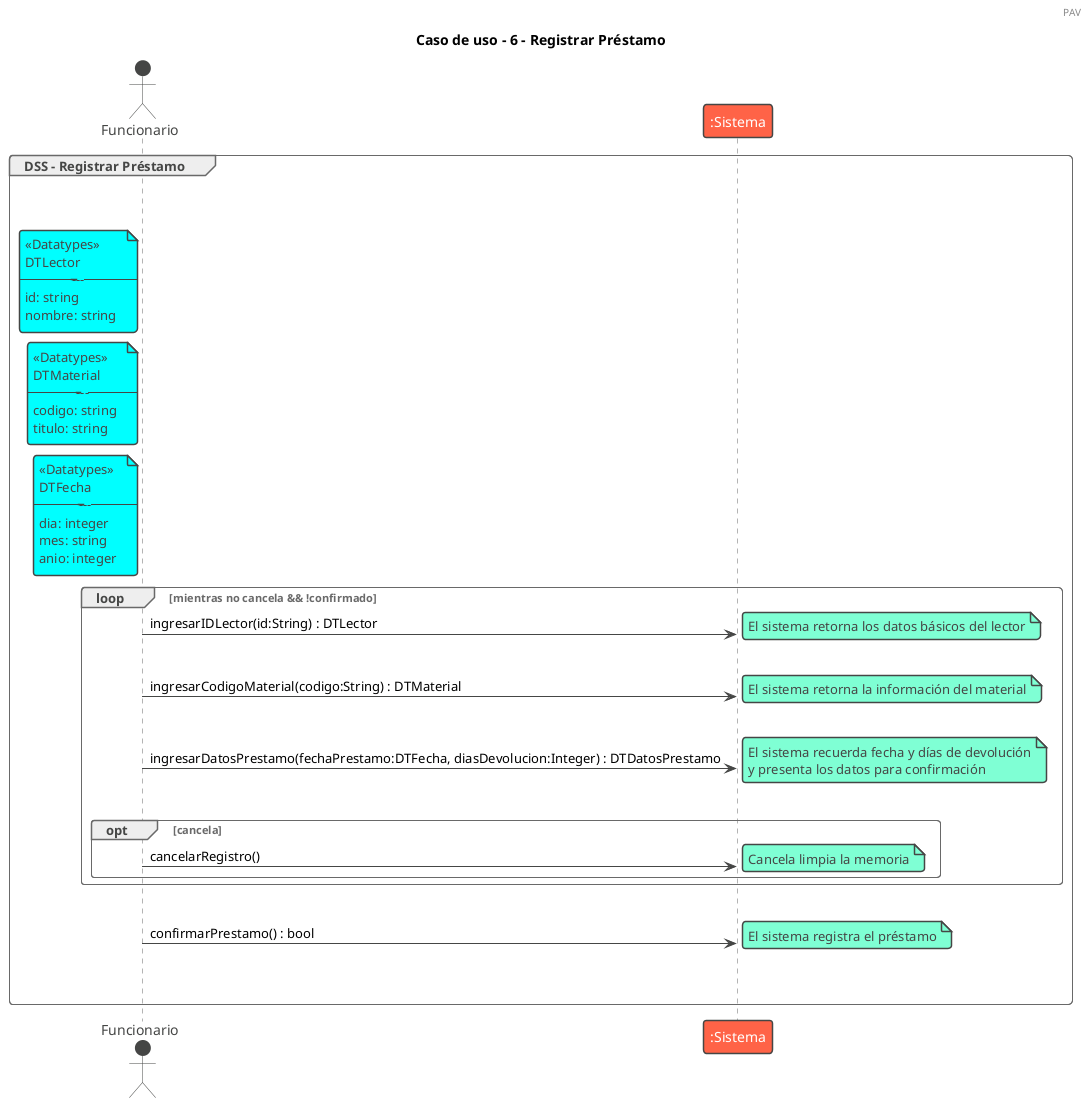
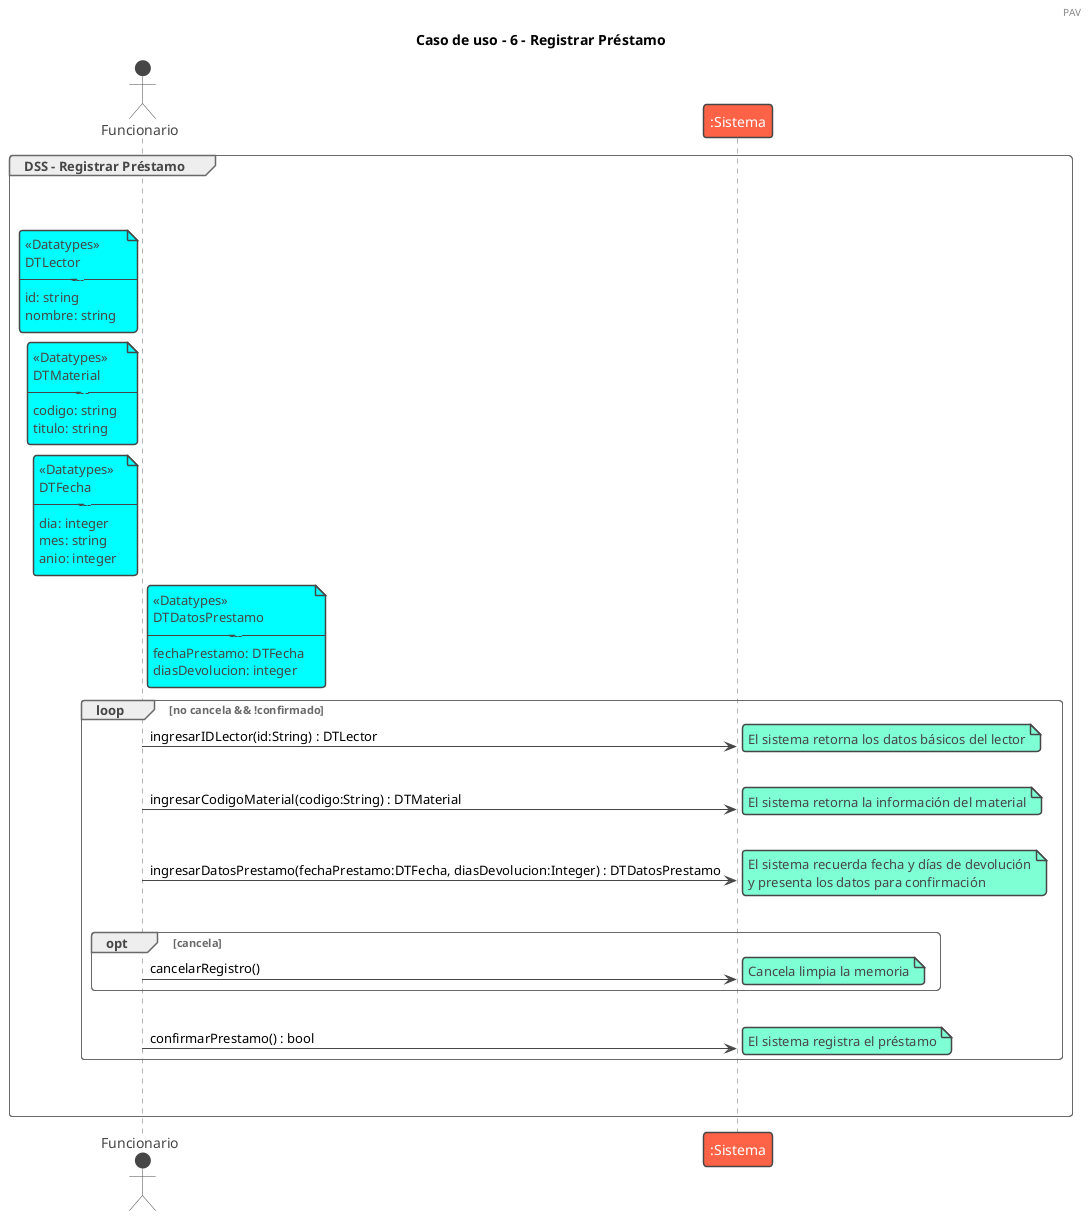
@startuml registrarPrestamo
!theme vibrant
header PAV
- 
+ /' El caso de uso comienza cuando un funcionario, que previamente ha iniciado
+ sesión, desea registrar un préstamo. Para ello, el sistema solicita el identificador
+ del lector y muestra sus datos básicos. A continuación, solicita el código del
+ material y muestra la información correspondiente a dicho material. Luego, el
+ sistema solicita la fecha en la que se realiza el préstamo y la cantidad de días
+ permitidos para la devolución. Una vez ingresados estos datos, el sistema los
+ presenta para confirmación y, si el
+ funcionario confirma, registra el préstamo. '/
title Caso de uso - 6 - Registrar Préstamo

group DSS - Registrar Préstamo
|||
actor Funcionario
|||

note left of Funcionario #aqua
<<Datatypes>>
DTLector
-----------
id: string
nombre: string
end note

note left of Funcionario #aqua
<<Datatypes>>
DTMaterial
-----------
codigo: string
titulo: string
end note

note left of Funcionario #aqua
<<Datatypes>>
DTFecha
-----------
dia: integer
mes: string
anio: integer
end note
+ note right of Funcionario #aqua
+ <<Datatypes>>
+ DTDatosPrestamo
+ -----------
+ fechaPrestamo: DTFecha
+ diasDevolucion: integer
+ end note

- loop mientras no cancela && !confirmado
+ loop no cancela && !confirmado

    Funcionario -> ":Sistema" : ingresarIDLector(id:String) : DTLector
    note right: El sistema retorna los datos básicos del lector

    |||

    Funcionario -> ":Sistema" : ingresarCodigoMaterial(codigo:String) : DTMaterial
    note right: El sistema retorna la información del material

    |||

    Funcionario -> ":Sistema" : ingresarDatosPrestamo(fechaPrestamo:DTFecha, diasDevolucion:Integer) : DTDatosPrestamo
    note right: El sistema recuerda fecha y días de devolución\ny presenta los datos para confirmación

    |||

    opt cancela
        Funcionario -> ":Sistema" : cancelarRegistro()
        note right: Cancela limpia la memoria
    end
- 
+ |||
+ Funcionario -> ":Sistema" : confirmarPrestamo() : bool
+ note right: El sistema registra el préstamo
end

- |||

- Funcionario -> ":Sistema" : confirmarPrestamo() : bool
- note right: El sistema registra el préstamo
+ 
+ 

|||
|||

end
@enduml